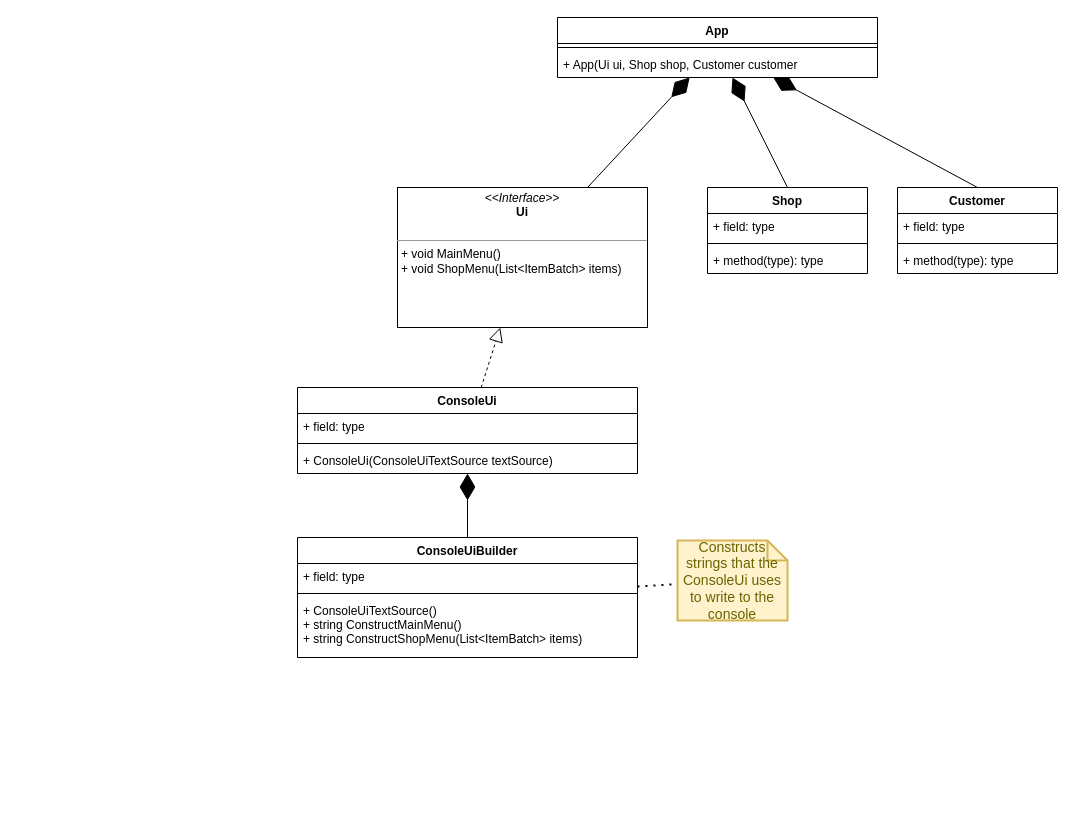
mirogon/TddShop keeps this draw.io diagram as doc/Design.drawio. Above is the earlier version. Source tidied: cells renumbered, new cells numbered last; positions are measured from the earlier drawing's top-left corner, leaving out a move shared by most shapes. Both pictures are drawn from the tidied source at 100%, with x=0, y=0 at pixel (297, 17).
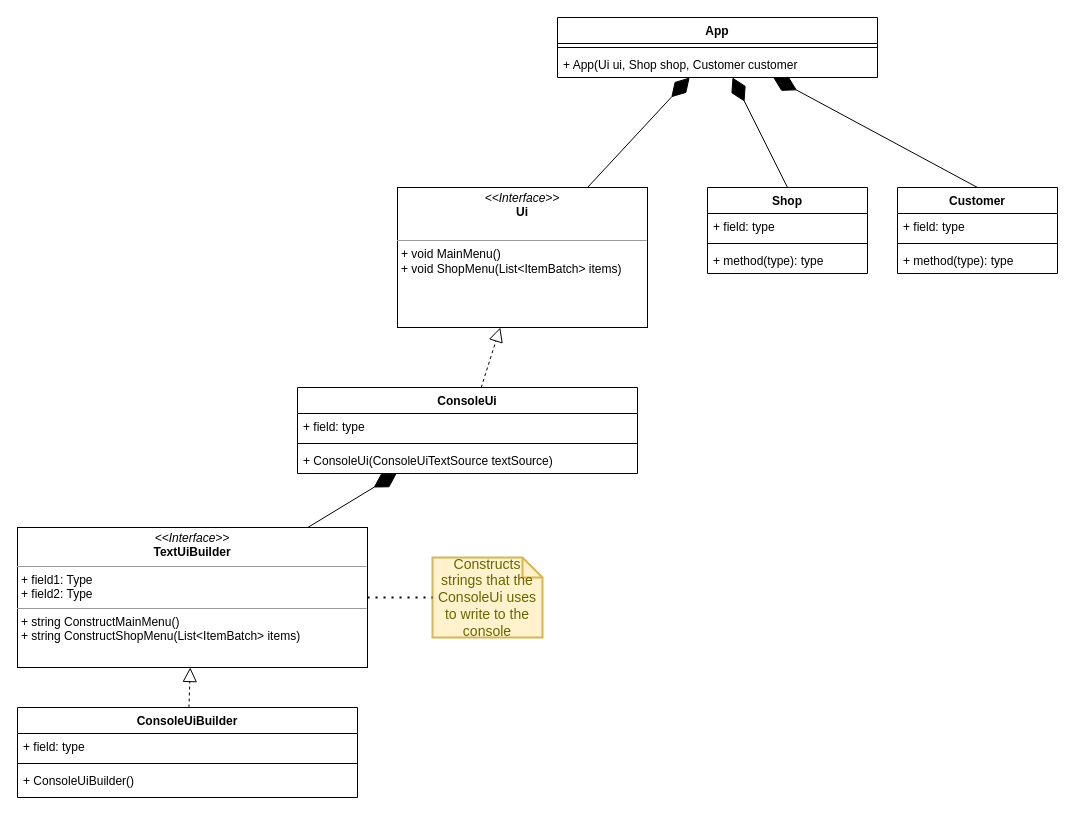
The same diagram, later.

Unchanged cells that the change refers to:
```xml
<mxCell id="18" value="ConsoleUi" style="swimlane;fontStyle=1;align=center;verticalAlign=top;horizontal=1;startSize=26;" parent="1" vertex="1">
  <mxGeometry y="370" width="340" height="86" as="geometry" />
</mxCell>
```

Change to the diagram source:
```diff
@@
     <mxCell id="22" value="ConsoleUiBuilder" style="swimlane;fontStyle=1;align=center;verticalAlign=top;horizontal=1;startSize=26;" parent="1" vertex="1">
-      <mxGeometry y="520" width="340" height="120" as="geometry" />
+      <mxGeometry x="-280" y="690" width="340" height="90" as="geometry" />
     </mxCell>
@@
-    <mxCell id="25" value="+ ConsoleUiTextSource()&#10;+ string ConstructMainMenu()&#10;+ string ConstructShopMenu(List&lt;ItemBatch&gt; items)" style="text;strokeColor=none;fillColor=none;align=left;verticalAlign=top;spacingLeft=4;spacingRight=4;overflow=hidden;" parent="22" vertex="1">
-      <mxGeometry y="60" width="340" height="60" as="geometry" />
+    <mxCell id="25" value="+ ConsoleUiBuilder()" style="text;strokeColor=none;fillColor=none;align=left;verticalAlign=top;spacingLeft=4;spacingRight=4;overflow=hidden;" parent="22" vertex="1">
+      <mxGeometry y="60" width="340" height="30" as="geometry" />
     </mxCell>
-    <mxCell id="26" style="endArrow=diamondThin;endFill=1;endSize=24;html=1;rounded=0;" parent="1" edge="1" source="22" target="18">
+    <mxCell id="26" style="endArrow=diamondThin;endFill=1;endSize=24;html=1;rounded=0;" parent="1" edge="1" source="29" target="18">
       <mxGeometry relative="1" as="geometry" />
     </mxCell>
     <mxCell id="27" value="Constructs strings that the ConsoleUi uses to write to the console" style="shape=note;strokeWidth=2;fontSize=14;size=20;whiteSpace=wrap;html=1;fillColor=#fff2cc;strokeColor=#d6b656;fontColor=#666600;" parent="1" vertex="1">
-      <mxGeometry x="380" y="523" width="110" height="80" as="geometry" />
+      <mxGeometry x="135" y="540" width="110" height="80" as="geometry" />
     </mxCell>
-    <mxCell id="28" style="endArrow=none;dashed=1;html=1;dashPattern=1 3;strokeWidth=2;rounded=0;" parent="1" edge="1" source="22" target="27">
+    <mxCell id="28" style="endArrow=none;dashed=1;html=1;dashPattern=1 3;strokeWidth=2;rounded=0;" parent="1" edge="1" source="29" target="27">
       <mxGeometry relative="1" as="geometry" />
     </mxCell>
+    <mxCell id="29" value="&lt;p style=&quot;margin: 0px ; margin-top: 4px ; text-align: center&quot;&gt;&lt;i&gt;&amp;lt;&amp;lt;Interface&amp;gt;&amp;gt;&lt;/i&gt;&lt;br&gt;&lt;b&gt;TextUiBuilder&lt;/b&gt;&lt;/p&gt;&lt;hr size=&quot;1&quot;&gt;&lt;p style=&quot;margin: 0px ; margin-left: 4px&quot;&gt;+ field1: Type&lt;br&gt;+ field2: Type&lt;/p&gt;&lt;hr size=&quot;1&quot;&gt;&lt;p style=&quot;margin: 0px ; margin-left: 4px&quot;&gt;+ string ConstructMainMenu()&lt;br style=&quot;padding: 0px ; margin: 0px&quot;&gt;+ string ConstructShopMenu(List&amp;lt;ItemBatch&amp;gt; items)&lt;br&gt;&lt;/p&gt;" style="verticalAlign=top;align=left;overflow=fill;fontSize=12;fontFamily=Helvetica;html=1;" parent="1" vertex="1">
+      <mxGeometry x="-280" y="510" width="350" height="140" as="geometry" />
+    </mxCell>
+    <mxCell id="30" style="endArrow=block;dashed=1;endFill=0;endSize=12;html=1;rounded=0;" parent="1" edge="1" source="22" target="29">
+      <mxGeometry relative="1" as="geometry" />
+    </mxCell>
```
